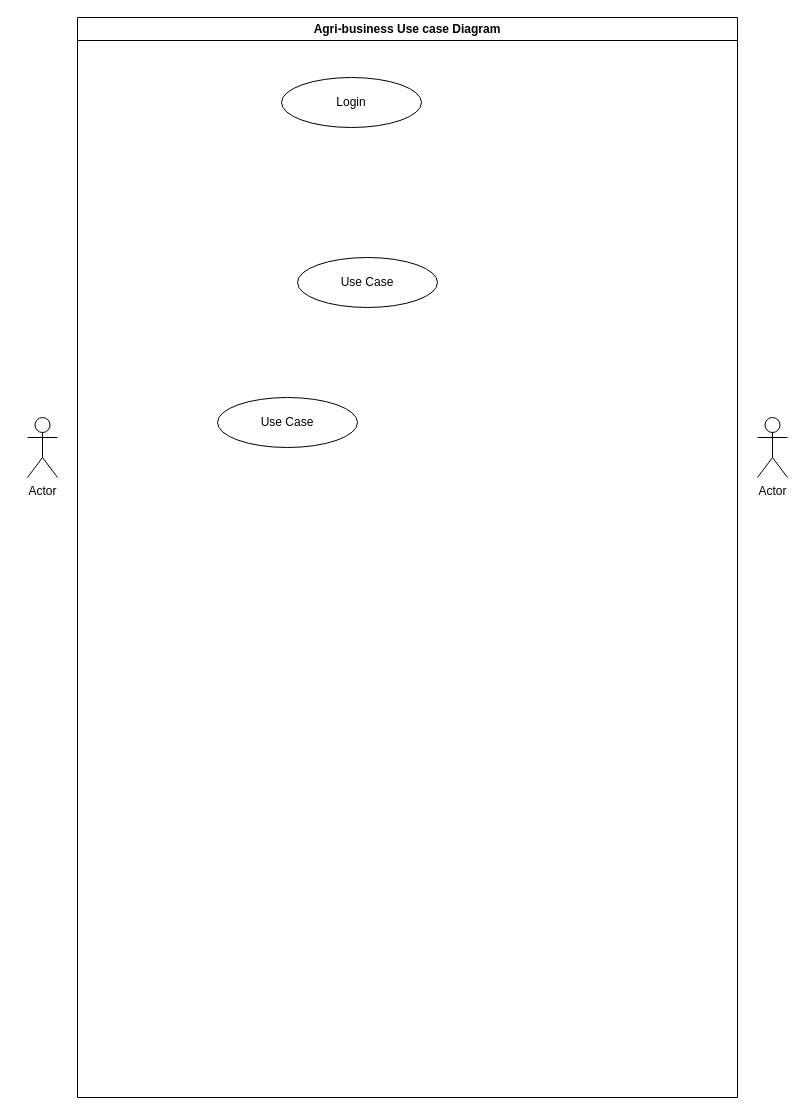
The draw.io diagram page "Page-3" (3 of 4) of agri-business class diagram.drawio in J-Massoda/Agri-business, before the edit. Source tidied: cells renumbered, new cells numbered last; positions are measured from the earlier drawing's top-left corner, leaving out a move shared by most shapes. Both pictures are drawn from the tidied source at 100%, with x=0, y=0 at pixel (27, 17).
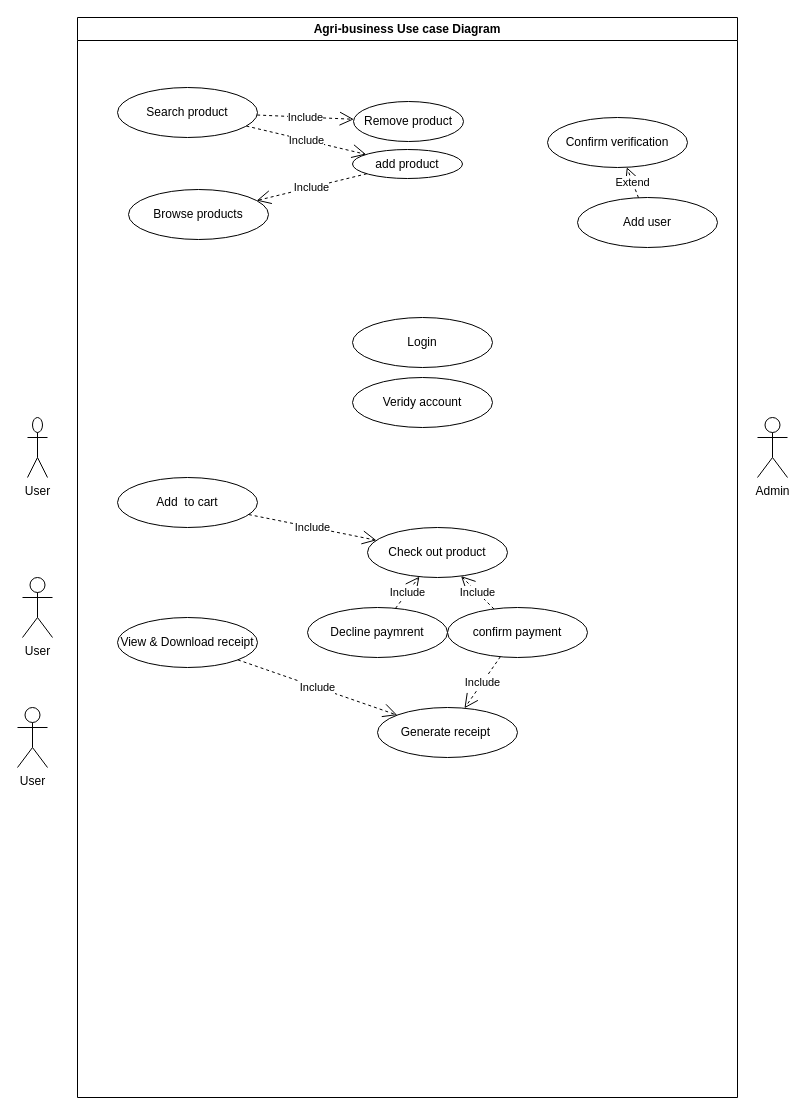
After the change.

Unchanged cells that the change refers to:
```xml
<mxCell id="4" value="Agri-business Use case Diagram" style="swimlane;whiteSpace=wrap;html=1;" parent="1" vertex="1">
  <mxGeometry x="50" width="660" height="1080" as="geometry" />
</mxCell>
```

The edit, as a diff of the source:
```diff
@@
-    <mxCell id="2" value="Actor" style="shape=umlActor;verticalLabelPosition=bottom;verticalAlign=top;html=1;" parent="1" vertex="1">
-      <mxGeometry y="400" width="30" height="60" as="geometry" />
+    <mxCell id="2" value="User" style="shape=umlActor;verticalLabelPosition=bottom;verticalAlign=top;html=1;" parent="1" vertex="1">
+      <mxGeometry y="400" width="20" height="60" as="geometry" />
     </mxCell>
-    <mxCell id="3" value="Actor" style="shape=umlActor;verticalLabelPosition=bottom;verticalAlign=top;html=1;" parent="1" vertex="1">
+    <mxCell id="3" value="Admin" style="shape=umlActor;verticalLabelPosition=bottom;verticalAlign=top;html=1;" parent="1" vertex="1">
       <mxGeometry x="730" y="400" width="30" height="60" as="geometry" />
     </mxCell>
@@
     <mxCell id="5" value="Login" style="ellipse;whiteSpace=wrap;html=1;" parent="4" vertex="1">
-      <mxGeometry x="204" y="60" width="140" height="50" as="geometry" />
+      <mxGeometry x="275" y="300" width="140" height="50" as="geometry" />
     </mxCell>
-    <mxCell id="6" value="Use Case" style="ellipse;whiteSpace=wrap;html=1;" parent="4" vertex="1">
-      <mxGeometry x="220" y="240" width="140" height="50" as="geometry" />
+    <mxCell id="6" value="Veridy account" style="ellipse;whiteSpace=wrap;html=1;" parent="4" vertex="1">
+      <mxGeometry x="275" y="360" width="140" height="50" as="geometry" />
     </mxCell>
-    <mxCell id="7" value="Use Case" style="ellipse;whiteSpace=wrap;html=1;" parent="4" vertex="1">
-      <mxGeometry x="140" y="380" width="140" height="50" as="geometry" />
+    <mxCell id="7" value="Search product" style="ellipse;whiteSpace=wrap;html=1;" parent="4" vertex="1">
+      <mxGeometry x="40" y="70" width="140" height="50" as="geometry" />
     </mxCell>
+    <mxCell id="8" value="add product" style="ellipse;whiteSpace=wrap;html=1;" parent="4" vertex="1">
+      <mxGeometry x="275" y="132" width="110" height="29" as="geometry" />
+    </mxCell>
+    <mxCell id="9" value="Remove product" style="ellipse;whiteSpace=wrap;html=1;" parent="4" vertex="1">
+      <mxGeometry x="276" y="84" width="110" height="40" as="geometry" />
+    </mxCell>
+    <mxCell id="10" value="Browse products" style="ellipse;whiteSpace=wrap;html=1;" parent="4" vertex="1">
+      <mxGeometry x="51" y="172" width="140" height="50" as="geometry" />
+    </mxCell>
+    <mxCell id="11" value="Include" style="endArrow=open;endSize=12;dashed=1;html=1;rounded=0;" parent="4" edge="1" source="7" target="9">
+      <mxGeometry relative="1" as="geometry" />
+    </mxCell>
+    <mxCell id="12" value="Include" style="endArrow=open;endSize=12;dashed=1;html=1;rounded=0;" parent="4" edge="1" source="7" target="8">
+      <mxGeometry relative="1" as="geometry" />
+    </mxCell>
+    <mxCell id="13" value="Include" style="endArrow=open;endSize=12;dashed=1;html=1;rounded=0;" parent="4" edge="1" source="8" target="10">
+      <mxGeometry relative="1" as="geometry" />
+    </mxCell>
+    <mxCell id="14" value="Add user" style="ellipse;whiteSpace=wrap;html=1;" parent="4" vertex="1">
+      <mxGeometry x="500" y="180" width="140" height="50" as="geometry" />
+    </mxCell>
+    <mxCell id="15" value="Confirm verification" style="ellipse;whiteSpace=wrap;html=1;" parent="4" vertex="1">
+      <mxGeometry x="470" y="100" width="140" height="50" as="geometry" />
+    </mxCell>
+    <mxCell id="16" value="Extend" style="endArrow=open;endSize=12;dashed=1;html=1;rounded=0;" parent="4" edge="1" source="14" target="15">
+      <mxGeometry relative="1" as="geometry" />
+    </mxCell>
+    <mxCell id="17" value="Add&amp;nbsp; to cart" style="ellipse;whiteSpace=wrap;html=1;" parent="4" vertex="1">
+      <mxGeometry x="40" y="460" width="140" height="50" as="geometry" />
+    </mxCell>
+    <mxCell id="18" value="Check out product" style="ellipse;whiteSpace=wrap;html=1;" parent="4" vertex="1">
+      <mxGeometry x="290" y="510" width="140" height="50" as="geometry" />
+    </mxCell>
+    <mxCell id="19" value="confirm payment" style="ellipse;whiteSpace=wrap;html=1;" parent="4" vertex="1">
+      <mxGeometry x="370" y="590" width="140" height="50" as="geometry" />
+    </mxCell>
+    <mxCell id="20" value="Decline paymrent" style="ellipse;whiteSpace=wrap;html=1;" parent="4" vertex="1">
+      <mxGeometry x="230" y="590" width="140" height="50" as="geometry" />
+    </mxCell>
+    <mxCell id="21" value="Generate receipt&amp;nbsp;" style="ellipse;whiteSpace=wrap;html=1;" parent="4" vertex="1">
+      <mxGeometry x="300" y="690" width="140" height="50" as="geometry" />
+    </mxCell>
+    <mxCell id="22" value="View &amp;amp; Download receipt" style="ellipse;whiteSpace=wrap;html=1;" parent="4" vertex="1">
+      <mxGeometry x="40" y="600" width="140" height="50" as="geometry" />
+    </mxCell>
+    <mxCell id="23" value="Include" style="endArrow=open;endSize=12;dashed=1;html=1;rounded=0;" parent="4" edge="1" source="17" target="18">
+      <mxGeometry relative="1" as="geometry" />
+    </mxCell>
+    <mxCell id="24" value="Include" style="endArrow=open;endSize=12;dashed=1;html=1;rounded=0;" parent="4" edge="1" source="19" target="21">
+      <mxGeometry relative="1" as="geometry" />
+    </mxCell>
+    <mxCell id="25" value="Include" style="endArrow=open;endSize=12;dashed=1;html=1;rounded=0;" parent="4" edge="1" source="19" target="18">
+      <mxGeometry relative="1" as="geometry" />
+    </mxCell>
+    <mxCell id="26" value="Include" style="endArrow=open;endSize=12;dashed=1;html=1;rounded=0;" parent="4" edge="1" source="20" target="18">
+      <mxGeometry relative="1" as="geometry" />
+    </mxCell>
+    <mxCell id="27" value="Include" style="endArrow=open;endSize=12;dashed=1;html=1;rounded=0;" parent="4" edge="1" source="22" target="21">
+      <mxGeometry relative="1" as="geometry" />
+    </mxCell>
+    <mxCell id="28" value="User" style="shape=umlActor;verticalLabelPosition=bottom;verticalAlign=top;html=1;" parent="1" vertex="1">
+      <mxGeometry x="-5" y="560" width="30" height="60" as="geometry" />
+    </mxCell>
+    <mxCell id="29" value="User" style="shape=umlActor;verticalLabelPosition=bottom;verticalAlign=top;html=1;" parent="1" vertex="1">
+      <mxGeometry x="-10" y="690" width="30" height="60" as="geometry" />
+    </mxCell>
```
